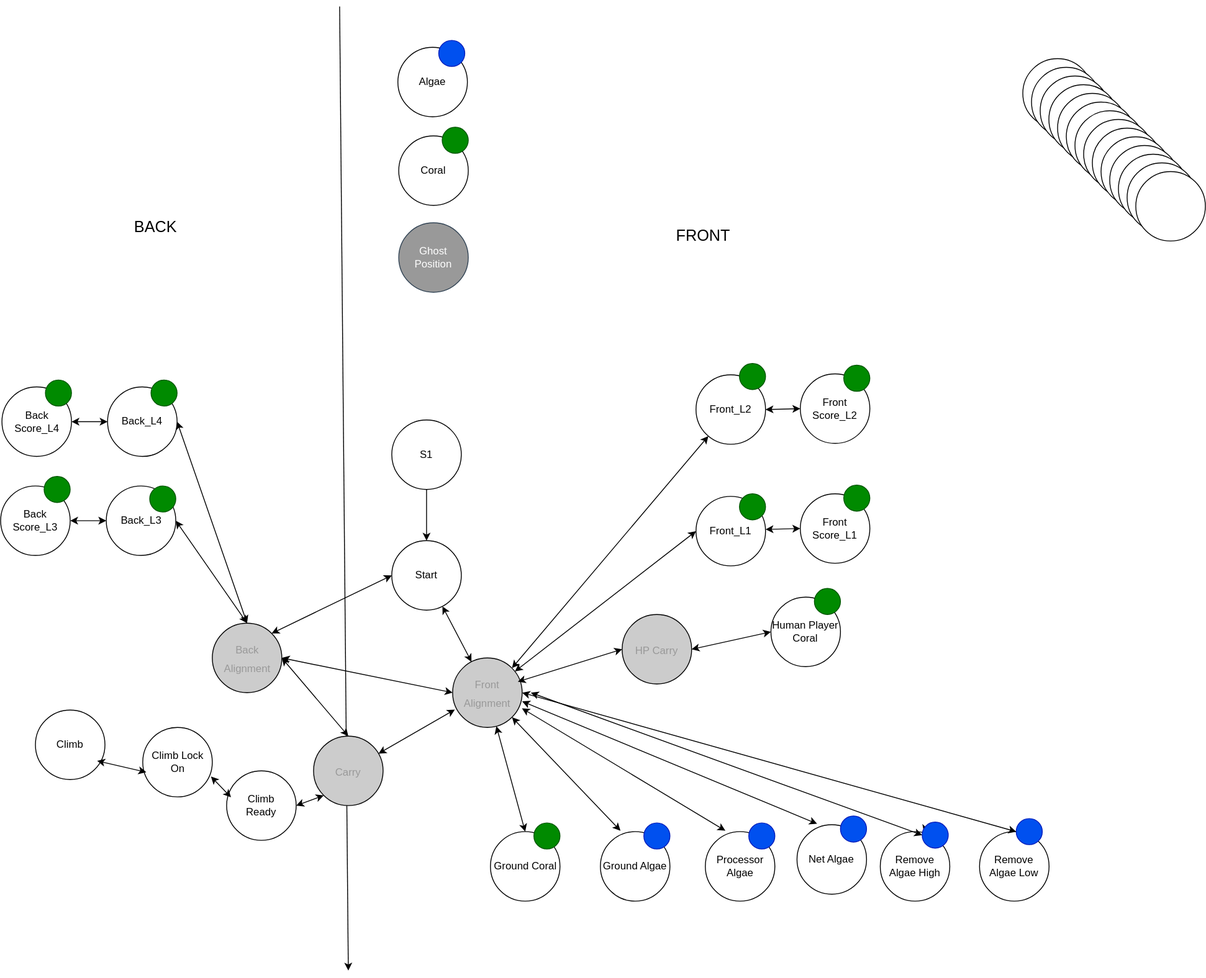
This is src/main/java/frc/robot/subsystems/ArmControl/ArmGraph.drawio.svg from RossRambotics/2025-ReefScape, a draw.io export, as it was before one commit. Source tidied: cells renumbered, new cells last; positions are measured from the earlier drawing's top-left corner, leaving out a move shared by most shapes.
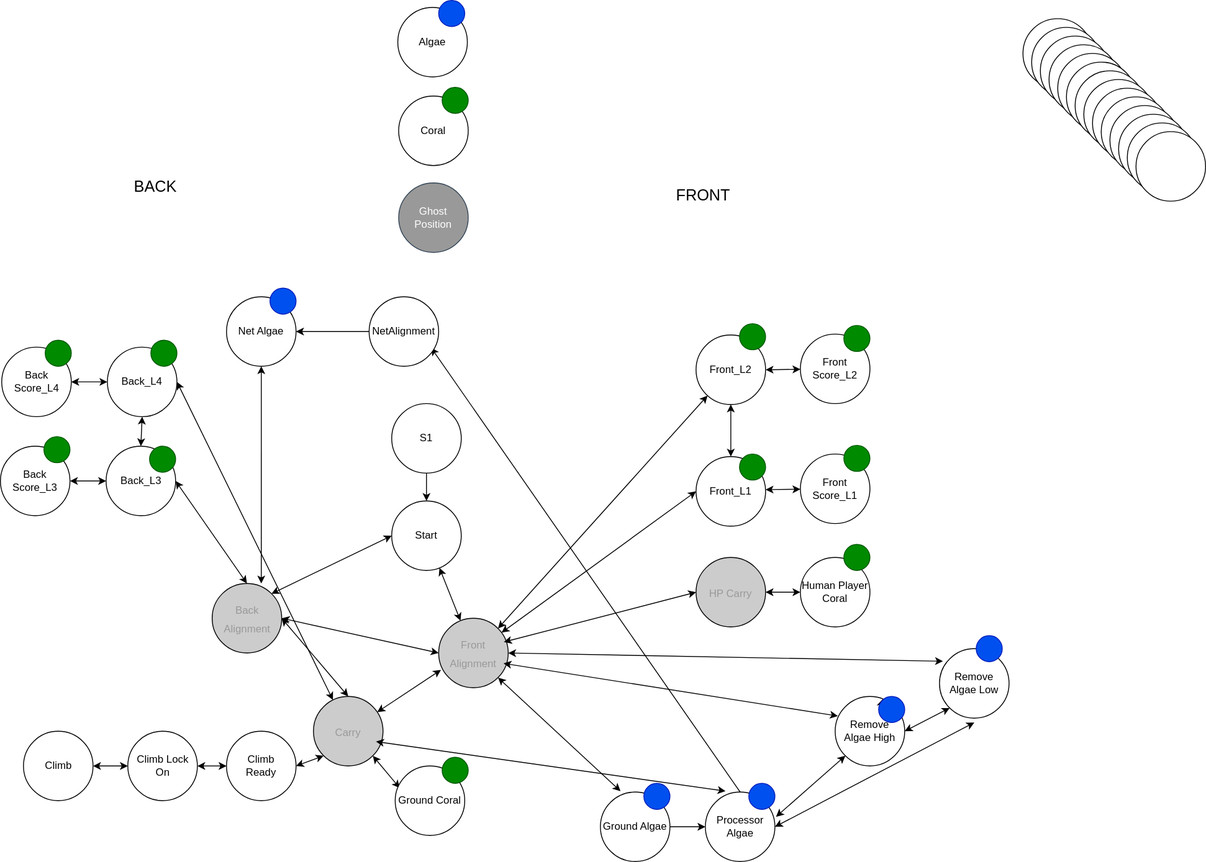
After the change.

Diff of the diagram source:
```diff
@@ -17,18 +17,12 @@
     <mxCell id="6" value="Ghost Position" style="ellipse;whiteSpace=wrap;html=1;fillColor=#999999;strokeColor=#314354;fontColor=#ffffff;gradientColor=none;" parent="1" vertex="1">
       <mxGeometry x="458" y="249" width="80" height="80" as="geometry" />
     </mxCell>
-    <mxCell id="7" style="edgeStyle=none;html=1;exitX=0.5;exitY=0;exitDx=0;exitDy=0;fontSize=12;startArrow=classic;startFill=1;" parent="1" edge="1" source="8" target="48">
+    <mxCell id="7" style="edgeStyle=none;html=1;exitX=0.065;exitY=0.317;exitDx=0;exitDy=0;fontSize=12;startArrow=classic;startFill=1;entryX=1;entryY=1;entryDx=0;entryDy=0;exitPerimeter=0;" parent="1" edge="1" source="8" target="49">
       <mxGeometry relative="1" as="geometry" />
     </mxCell>
     <mxCell id="8" value="Ground Coral" style="ellipse;whiteSpace=wrap;html=1;" parent="1" vertex="1">
-      <mxGeometry x="563.5" y="950" width="80" height="80" as="geometry" />
+      <mxGeometry x="454" y="920" width="80" height="80" as="geometry" />
     </mxCell>
-    <mxCell id="9" style="edgeStyle=none;orthogonalLoop=1;jettySize=auto;html=1;" parent="1" edge="1">
-      <mxGeometry relative="1" as="geometry">
-        <mxPoint x="390" as="sourcePoint" />
-        <mxPoint x="400" y="1110" as="targetPoint" />
-      </mxGeometry>
-    </mxCell>
     <mxCell id="10" value="Ground Algae" style="ellipse;whiteSpace=wrap;html=1;" parent="1" vertex="1">
       <mxGeometry x="690" y="950" width="80" height="80" as="geometry" />
     </mxCell>
@@ -36,16 +30,16 @@
       <mxGeometry x="740" y="940" width="30" height="30" as="geometry" />
     </mxCell>
     <mxCell id="12" style="ellipse;whiteSpace=wrap;html=1;fillColor=#008a00;fontColor=#ffffff;strokeColor=#005700;" parent="1" vertex="1">
-      <mxGeometry x="613.5" y="940" width="30" height="30" as="geometry" />
+      <mxGeometry x="508" y="910" width="30" height="30" as="geometry" />
     </mxCell>
     <mxCell id="13" style="edgeStyle=none;html=1;exitX=0;exitY=0.5;exitDx=0;exitDy=0;fontSize=12;startArrow=classic;startFill=1;entryX=1;entryY=0.5;entryDx=0;entryDy=0;" parent="1" edge="1" source="14" target="87">
       <mxGeometry relative="1" as="geometry" />
     </mxCell>
     <mxCell id="14" value="Human Player Coral" style="ellipse;whiteSpace=wrap;html=1;" parent="1" vertex="1">
-      <mxGeometry x="886.2" y="680" width="80" height="80" as="geometry" />
+      <mxGeometry x="920" y="680" width="80" height="80" as="geometry" />
     </mxCell>
     <mxCell id="15" style="ellipse;whiteSpace=wrap;html=1;fillColor=#008a00;fontColor=#ffffff;strokeColor=#005700;" parent="1" vertex="1">
-      <mxGeometry x="936.2" y="670" width="30" height="30" as="geometry" />
+      <mxGeometry x="970" y="665" width="30" height="30" as="geometry" />
     </mxCell>
     <mxCell id="16" value="Front_L2" style="ellipse;whiteSpace=wrap;html=1;gradientColor=none;" parent="1" vertex="1">
       <mxGeometry x="800" y="424" width="80" height="80" as="geometry" />
@@ -125,9 +119,6 @@
     <mxCell id="41" style="edgeStyle=none;html=1;exitX=0.5;exitY=0;exitDx=0;exitDy=0;entryX=1;entryY=0.5;entryDx=0;entryDy=0;fontSize=12;startArrow=classic;startFill=1;" parent="1" edge="1" source="43" target="32">
       <mxGeometry relative="1" as="geometry" />
     </mxCell>
-    <mxCell id="42" style="edgeStyle=none;html=1;exitX=0.5;exitY=0;exitDx=0;exitDy=0;entryX=1;entryY=0.5;entryDx=0;entryDy=0;fontSize=12;startArrow=classic;startFill=1;" parent="1" edge="1" source="43" target="36">
-      <mxGeometry relative="1" as="geometry" />
-    </mxCell>
     <mxCell id="43" value="&lt;font color=&quot;#999999&quot;&gt;&lt;span style=&quot;font-size: 12px;&quot;&gt;Back Alignment&lt;/span&gt;&lt;/font&gt;" style="ellipse;whiteSpace=wrap;html=1;fontSize=18;gradientColor=none;fillColor=#CCCCCC;" parent="1" vertex="1">
       <mxGeometry x="243.5" y="710" width="80" height="80" as="geometry" />
     </mxCell>
@@ -138,13 +129,13 @@
       <mxGeometry relative="1" as="geometry" />
     </mxCell>
     <mxCell id="46" value="S1" style="ellipse;whiteSpace=wrap;html=1;gradientColor=none;" parent="1" vertex="1">
-      <mxGeometry x="450" y="476" width="80" height="80" as="geometry" />
+      <mxGeometry x="450" y="503" width="80" height="80" as="geometry" />
     </mxCell>
     <mxCell id="47" style="edgeStyle=none;html=1;exitX=0.5;exitY=1;exitDx=0;exitDy=0;fontSize=12;entryX=0.5;entryY=0;entryDx=0;entryDy=0;" parent="1" edge="1" source="46" target="44">
       <mxGeometry relative="1" as="geometry" />
     </mxCell>
     <mxCell id="48" value="&lt;font color=&quot;#999999&quot;&gt;&lt;span style=&quot;font-size: 12px;&quot;&gt;Front Alignment&lt;/span&gt;&lt;/font&gt;" style="ellipse;whiteSpace=wrap;html=1;fontSize=18;gradientColor=none;fillColor=#CCCCCC;" parent="1" vertex="1">
-      <mxGeometry x="520" y="750" width="80" height="80" as="geometry" />
+      <mxGeometry x="504" y="750" width="80" height="80" as="geometry" />
     </mxCell>
     <mxCell id="49" value="&lt;font color=&quot;#999999&quot;&gt;&lt;span style=&quot;font-size: 12px;&quot;&gt;Carry&lt;/span&gt;&lt;/font&gt;" style="ellipse;whiteSpace=wrap;html=1;fontSize=18;gradientColor=none;fillColor=#CCCCCC;" parent="1" vertex="1">
       <mxGeometry x="360" y="840" width="80" height="80" as="geometry" />
@@ -210,69 +201,97 @@
     <mxCell id="68" style="ellipse;whiteSpace=wrap;html=1;fillColor=#0050ef;fontColor=#ffffff;strokeColor=#001DBC;" parent="1" vertex="1">
       <mxGeometry x="860.7" y="940" width="30" height="30" as="geometry" />
     </mxCell>
-    <mxCell id="69" style="edgeStyle=none;html=1;exitX=0.289;exitY=-0.013;exitDx=0;exitDy=0;fontSize=12;startArrow=classic;startFill=1;entryX=0.997;entryY=0.725;entryDx=0;entryDy=0;exitPerimeter=0;entryPerimeter=0;" parent="1" edge="1" source="67" target="48">
+    <mxCell id="69" style="edgeStyle=none;html=1;exitX=0.289;exitY=-0.013;exitDx=0;exitDy=0;fontSize=12;startArrow=classic;startFill=1;entryX=0.9;entryY=0.65;entryDx=0;entryDy=0;exitPerimeter=0;entryPerimeter=0;" parent="1" edge="1" source="67" target="49">
       <mxGeometry relative="1" as="geometry" />
     </mxCell>
     <mxCell id="70" value="&amp;nbsp;Net Algae" style="ellipse;whiteSpace=wrap;html=1;" parent="1" vertex="1">
-      <mxGeometry x="916.2" y="942" width="80" height="80" as="geometry" />
+      <mxGeometry x="260" y="380" width="80" height="80" as="geometry" />
     </mxCell>
     <mxCell id="71" style="ellipse;whiteSpace=wrap;html=1;fillColor=#0050ef;fontColor=#ffffff;strokeColor=#001DBC;" parent="1" vertex="1">
-      <mxGeometry x="966.2" y="932" width="30" height="30" as="geometry" />
+      <mxGeometry x="310" y="370" width="30" height="30" as="geometry" />
     </mxCell>
-    <mxCell id="72" style="edgeStyle=none;html=1;exitX=0.289;exitY=-0.013;exitDx=0;exitDy=0;fontSize=12;startArrow=classic;startFill=1;exitPerimeter=0;" parent="1" edge="1" source="70">
-      <mxGeometry relative="1" as="geometry">
-        <mxPoint x="600" y="800" as="targetPoint" />
-      </mxGeometry>
+    <mxCell id="72" style="edgeStyle=none;html=1;exitX=0.5;exitY=1;exitDx=0;exitDy=0;fontSize=12;startArrow=classic;startFill=1;entryX=0.706;entryY=0;entryDx=0;entryDy=0;entryPerimeter=0;" parent="1" edge="1" source="70" target="43">
+      <mxGeometry relative="1" as="geometry" />
     </mxCell>
     <mxCell id="73" style="edgeStyle=none;html=1;entryX=0.033;entryY=0.743;entryDx=0;entryDy=0;fontSize=12;startArrow=classic;startFill=1;entryPerimeter=0;" parent="1" edge="1" source="49" target="48">
       <mxGeometry relative="1" as="geometry" />
     </mxCell>
     <mxCell id="74" value="Remove Algae High" style="ellipse;whiteSpace=wrap;html=1;" parent="1" vertex="1">
-      <mxGeometry x="1012" y="950" width="80" height="80" as="geometry" />
+      <mxGeometry x="960" y="840" width="80" height="80" as="geometry" />
     </mxCell>
     <mxCell id="75" style="edgeStyle=none;html=1;exitX=0;exitY=0;exitDx=0;exitDy=0;" parent="1" edge="1" source="76" target="74">
       <mxGeometry relative="1" as="geometry" />
     </mxCell>
     <mxCell id="76" style="ellipse;whiteSpace=wrap;html=1;fillColor=#0050ef;fontColor=#ffffff;strokeColor=#001DBC;" parent="1" vertex="1">
-      <mxGeometry x="1060.2" y="939" width="30" height="30" as="geometry" />
+      <mxGeometry x="1010" y="840" width="30" height="30" as="geometry" />
     </mxCell>
-    <mxCell id="77" style="edgeStyle=none;html=1;fontSize=12;startArrow=classic;startFill=1;exitX=0;exitY=0.5;exitDx=0;exitDy=0;" parent="1" edge="1" source="76">
-      <mxGeometry relative="1" as="geometry">
-        <mxPoint x="610" y="790" as="targetPoint" />
-      </mxGeometry>
+    <mxCell id="77" style="edgeStyle=none;html=1;fontSize=12;startArrow=classic;startFill=1;exitX=0.038;exitY=0.281;exitDx=0;exitDy=0;exitPerimeter=0;entryX=0.933;entryY=0.65;entryDx=0;entryDy=0;entryPerimeter=0;" parent="1" edge="1" source="74" target="48">
+      <mxGeometry relative="1" as="geometry" />
     </mxCell>
     <mxCell id="78" value="Remove Algae Low" style="ellipse;whiteSpace=wrap;html=1;" parent="1" vertex="1">
-      <mxGeometry x="1126.2" y="950" width="80" height="80" as="geometry" />
+      <mxGeometry x="1080" y="785" width="80" height="80" as="geometry" />
     </mxCell>
     <mxCell id="79" style="ellipse;whiteSpace=wrap;html=1;fillColor=#0050ef;fontColor=#ffffff;strokeColor=#001DBC;" parent="1" vertex="1">
-      <mxGeometry x="1168.4" y="935" width="30" height="30" as="geometry" />
+      <mxGeometry x="1122.2" y="770" width="30" height="30" as="geometry" />
     </mxCell>
-    <mxCell id="80" style="edgeStyle=none;html=1;fontSize=12;startArrow=classic;startFill=1;exitX=0;exitY=0.5;exitDx=0;exitDy=0;entryX=1;entryY=0.5;entryDx=0;entryDy=0;" parent="1" edge="1" source="79" target="48">
+    <mxCell id="80" style="edgeStyle=none;html=1;fontSize=12;startArrow=classic;startFill=1;exitX=0.05;exitY=0.181;exitDx=0;exitDy=0;entryX=1;entryY=0.5;entryDx=0;entryDy=0;exitPerimeter=0;" parent="1" edge="1" source="78" target="48">
       <mxGeometry relative="1" as="geometry" />
     </mxCell>
     <mxCell id="81" value="Climb" style="ellipse;whiteSpace=wrap;html=1;gradientColor=none;" parent="1" vertex="1">
-      <mxGeometry x="40" y="810" width="80" height="80" as="geometry" />
+      <mxGeometry x="26.5" y="880" width="80" height="80" as="geometry" />
     </mxCell>
     <mxCell id="82" value="Climb Lock On" style="ellipse;whiteSpace=wrap;html=1;gradientColor=none;" parent="1" vertex="1">
-      <mxGeometry x="163.5" y="830" width="80" height="80" as="geometry" />
+      <mxGeometry x="146.5" y="880" width="80" height="80" as="geometry" />
     </mxCell>
-    <mxCell id="83" style="edgeStyle=none;html=1;entryX=0.888;entryY=0.731;entryDx=0;entryDy=0;fontSize=12;startArrow=classic;startFill=1;exitX=0.05;exitY=0.644;exitDx=0;exitDy=0;exitPerimeter=0;entryPerimeter=0;" parent="1" edge="1" source="82" target="81">
+    <mxCell id="83" style="edgeStyle=none;html=1;entryX=1;entryY=0.5;entryDx=0;entryDy=0;fontSize=12;startArrow=classic;startFill=1;exitX=0;exitY=0.5;exitDx=0;exitDy=0;" parent="1" edge="1" source="82" target="81">
       <mxGeometry relative="1" as="geometry" />
     </mxCell>
     <mxCell id="84" value="Climb&lt;div&gt;Ready&lt;/div&gt;" style="ellipse;whiteSpace=wrap;html=1;gradientColor=none;" parent="1" vertex="1">
       <mxGeometry x="260" y="880" width="80" height="80" as="geometry" />
     </mxCell>
-    <mxCell id="85" style="edgeStyle=none;html=1;exitX=0.981;exitY=0.706;exitDx=0;exitDy=0;fontSize=12;entryX=0.063;entryY=0.381;entryDx=0;entryDy=0;startArrow=classic;startFill=1;exitPerimeter=0;entryPerimeter=0;" parent="1" edge="1" source="82" target="84">
+    <mxCell id="85" style="edgeStyle=none;html=1;fontSize=12;entryX=0;entryY=0.5;entryDx=0;entryDy=0;startArrow=classic;startFill=1;exitX=1;exitY=0.5;exitDx=0;exitDy=0;" parent="1" edge="1" source="82" target="84">
       <mxGeometry relative="1" as="geometry" />
     </mxCell>
     <mxCell id="86" style="edgeStyle=none;html=1;exitX=0;exitY=1;exitDx=0;exitDy=0;fontSize=12;entryX=1;entryY=0.5;entryDx=0;entryDy=0;startArrow=classic;startFill=1;" parent="1" edge="1" source="49" target="84">
       <mxGeometry relative="1" as="geometry" />
     </mxCell>
     <mxCell id="87" value="&lt;font color=&quot;#999999&quot;&gt;&lt;span style=&quot;font-size: 12px;&quot;&gt;HP Carry&lt;/span&gt;&lt;/font&gt;" style="ellipse;whiteSpace=wrap;html=1;fontSize=18;gradientColor=none;fillColor=#CCCCCC;" parent="1" vertex="1">
-      <mxGeometry x="715" y="700" width="80" height="80" as="geometry" />
+      <mxGeometry x="800" y="680" width="80" height="80" as="geometry" />
     </mxCell>
     <mxCell id="88" style="edgeStyle=none;html=1;exitX=0.938;exitY=0.342;exitDx=0;exitDy=0;fontSize=12;startArrow=classic;startFill=1;exitPerimeter=0;entryX=0;entryY=0.5;entryDx=0;entryDy=0;" parent="1" edge="1" source="48" target="87">
       <mxGeometry relative="1" as="geometry" />
     </mxCell>
+    <mxCell id="89" style="edgeStyle=none;html=1;exitX=1.016;exitY=0.356;exitDx=0;exitDy=0;fontSize=12;startArrow=classic;startFill=1;entryX=0;entryY=1;entryDx=0;entryDy=0;exitPerimeter=0;" parent="1" edge="1" source="67" target="74">
+      <mxGeometry relative="1" as="geometry" />
+    </mxCell>
+    <mxCell id="90" style="edgeStyle=none;html=1;exitX=1;exitY=0.5;exitDx=0;exitDy=0;fontSize=12;startArrow=classic;startFill=1;" parent="1" edge="1" source="67">
+      <mxGeometry relative="1" as="geometry">
+        <mxPoint x="1120" y="870" as="targetPoint" />
+      </mxGeometry>
+    </mxCell>
+    <mxCell id="91" style="edgeStyle=none;html=1;fontSize=12;startArrow=classic;startFill=1;endArrow=none;endFill=0;entryX=0.5;entryY=0;entryDx=0;entryDy=0;strokeColor=light-dark(#000000,#6666FF);exitX=0.892;exitY=0.733;exitDx=0;exitDy=0;exitPerimeter=0;" parent="1" edge="1" source="92" target="67">
+      <mxGeometry relative="1" as="geometry" />
+    </mxCell>
+    <mxCell id="92" value="NetAlignment" style="ellipse;whiteSpace=wrap;html=1;" parent="1" vertex="1">
+      <mxGeometry x="424" y="380" width="80" height="80" as="geometry" />
+    </mxCell>
+    <mxCell id="93" style="edgeStyle=none;html=1;exitX=1;exitY=0.5;exitDx=0;exitDy=0;fontSize=12;startArrow=classic;startFill=1;endArrow=none;endFill=0;" parent="1" edge="1" source="70" target="92">
+      <mxGeometry relative="1" as="geometry" />
+    </mxCell>
+    <mxCell id="94" style="edgeStyle=none;html=1;fontSize=12;startArrow=classic;startFill=1;entryX=0.5;entryY=1;entryDx=0;entryDy=0;exitX=0.5;exitY=0;exitDx=0;exitDy=0;" parent="1" edge="1" source="32" target="36">
+      <mxGeometry relative="1" as="geometry" />
+    </mxCell>
+    <mxCell id="95" style="edgeStyle=none;html=1;fontSize=12;exitX=0.5;exitY=1;exitDx=0;exitDy=0;startArrow=classic;startFill=1;entryX=0.5;entryY=0;entryDx=0;entryDy=0;" parent="1" edge="1" source="16" target="38">
+      <mxGeometry relative="1" as="geometry" />
+    </mxCell>
+    <mxCell id="96" style="edgeStyle=none;html=1;exitX=0;exitY=1;exitDx=0;exitDy=0;fontSize=12;startArrow=classic;startFill=1;entryX=1;entryY=0.5;entryDx=0;entryDy=0;" parent="1" edge="1" source="78" target="74">
+      <mxGeometry relative="1" as="geometry" />
+    </mxCell>
+    <mxCell id="97" style="edgeStyle=none;html=1;fontSize=12;startArrow=classic;startFill=1;endArrow=none;endFill=0;entryX=1;entryY=0.5;entryDx=0;entryDy=0;strokeColor=light-dark(#000000,#6666FF);exitX=0;exitY=0.5;exitDx=0;exitDy=0;" parent="1" edge="1" source="67" target="10">
+      <mxGeometry relative="1" as="geometry" />
+    </mxCell>
+    <mxCell id="98" style="edgeStyle=none;html=1;entryX=1;entryY=0.5;entryDx=0;entryDy=0;fontSize=12;startArrow=classic;startFill=1;" parent="1" edge="1" source="49" target="36">
+      <mxGeometry relative="1" as="geometry" />
+    </mxCell>
   </root>
 </mxGraphModel>
```
